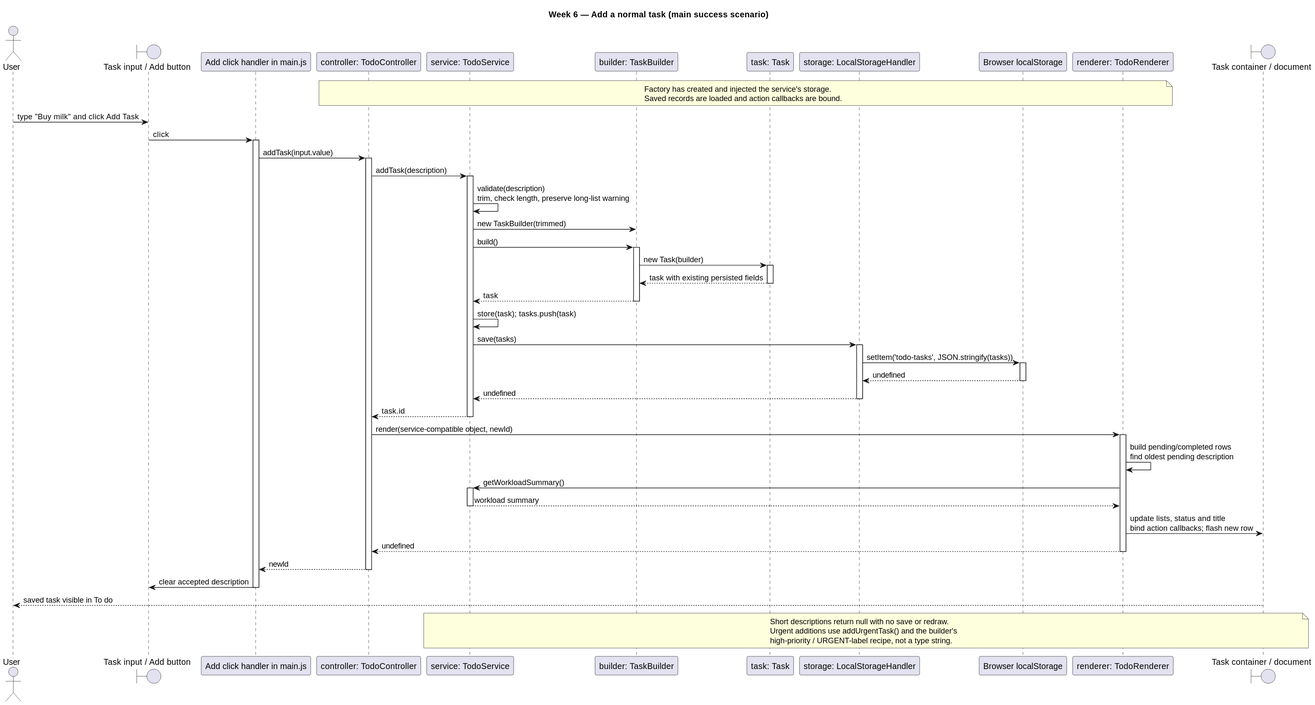
Before: docs/sequence-add-task.svg, a diagram exported from PlantUML (valonraca/swen383-todo).
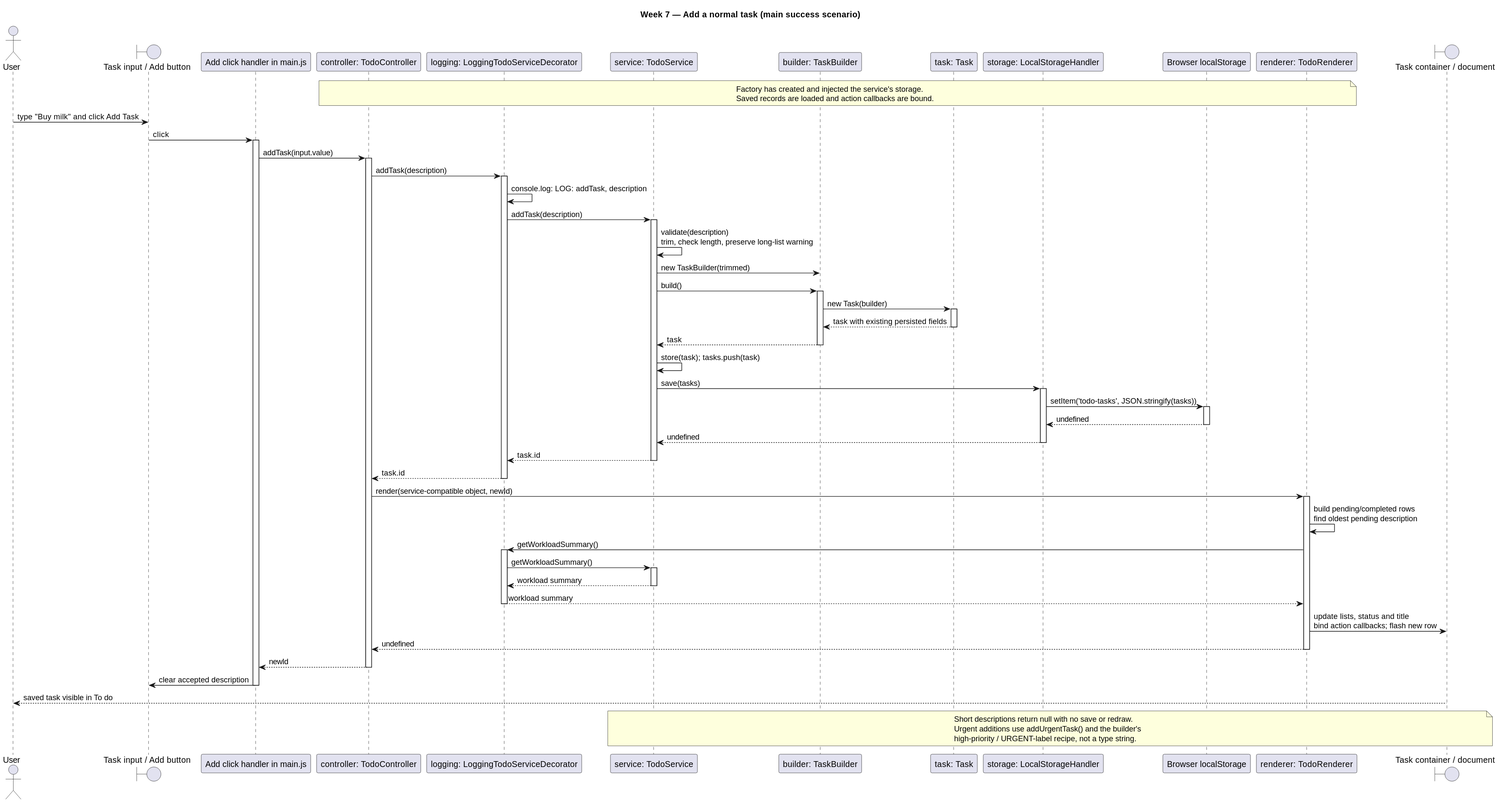
Later version of the same file.

Commit message:
docs: record Week 7 pattern roles and verification

Change to the diagram source:
```diff
@@ -1,10 +1,10 @@
 @startuml
-title Week 6 — Add a normal task (main success scenario)
+title Week 7 — Add a normal task (main success scenario)
 actor User
 boundary "Task input / Add button" as Input
 participant "Add click handler in main.js" as Main
 participant "controller: TodoController" as Controller
-
+participant "logging: LoggingTodoServiceDecorator" as Logging
 participant "service: TodoService" as Service
 participant "builder: TaskBuilder" as Builder
 participant "task: Task" as Task
@@ -22,7 +22,10 @@
 activate Main
 Main -> Controller : addTask(input.value)
 activate Controller
-Controller -> Service : addTask(description)
+Controller -> Logging : addTask(description)
+activate Logging
+Logging -> Logging : console.log: LOG: addTask, description
+Logging -> Service : addTask(description)
 activate Service
 Service -> Service : validate(description)\ntrim, check length, preserve long-list warning
 Service -> Builder : new TaskBuilder(trimmed)
@@ -43,15 +46,21 @@
 deactivate BrowserStorage
 Storage --> Service : undefined
 deactivate Storage
-Service --> Controller : task.id
+Service --> Logging : task.id
 deactivate Service
+Logging --> Controller : task.id
+deactivate Logging
 Controller -> Renderer : render(service-compatible object, newId)
 activate Renderer
 Renderer -> Renderer : build pending/completed rows\nfind oldest pending description
-Renderer -> Service : getWorkloadSummary()
+Renderer -> Logging : getWorkloadSummary()
+activate Logging
+Logging -> Service : getWorkloadSummary()
 activate Service
-Service --> Renderer : workload summary
+Service --> Logging : workload summary
 deactivate Service
+Logging --> Renderer : workload summary
+deactivate Logging
 Renderer -> DOM : update lists, status and title\nbind action callbacks; flash new row
 Renderer --> Controller : undefined
 deactivate Renderer
```
